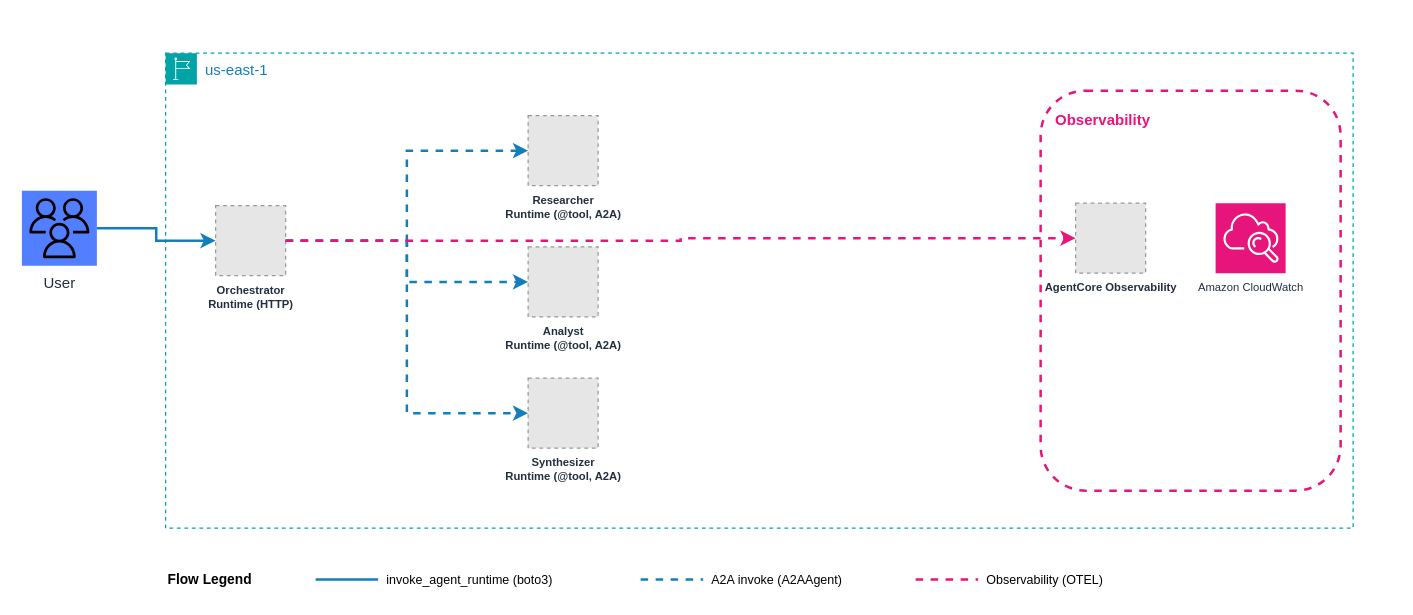
aws-samples/sample-multi-agent-systems-with-strands-workshop keeps this draw.io diagram as samples/07-agent-as-tool/production/architecture.drawio. Above is the earlier version. Source tidied: cells renumbered, new cells numbered last; positions are measured from the earlier drawing's top-left corner, leaving out a move shared by most shapes. Both pictures are drawn from the tidied source at 125%, with x=0, y=0 at pixel (21, 52). Pictures stored in the file or linked from it are replaced by grey dashed boxes.
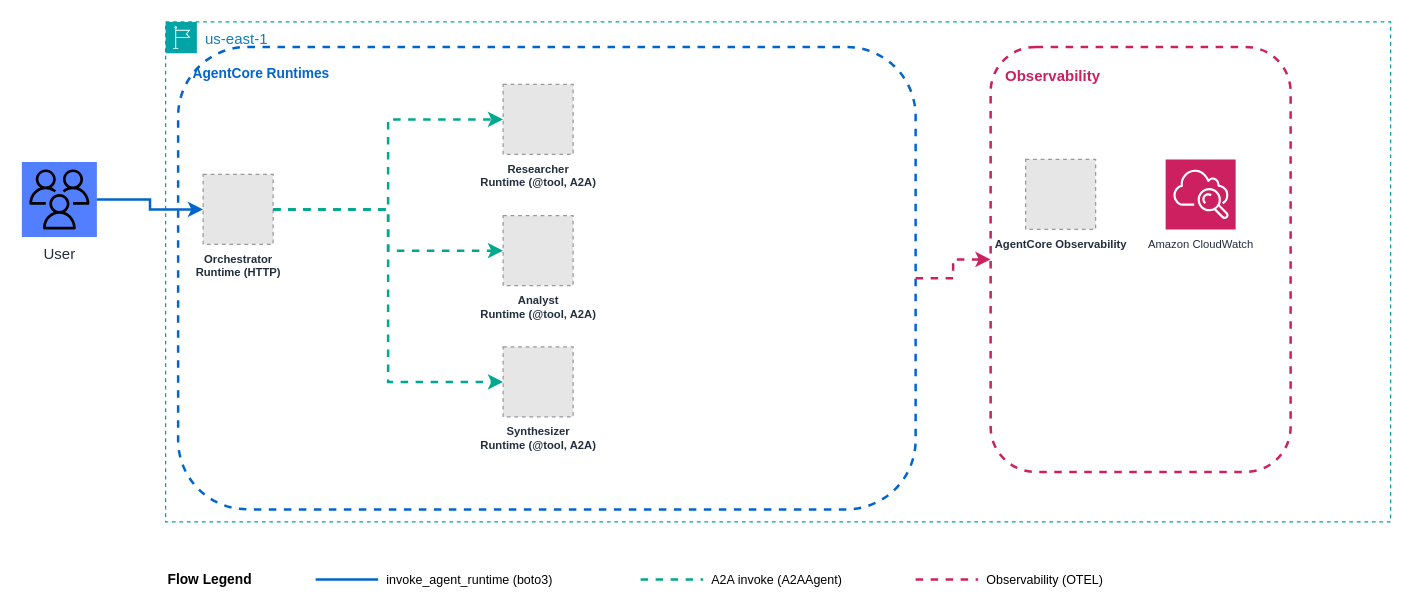
After the change.

Commit message (it also covers changes not shown here):
Update architecture diagrams for modules 06, 07, 08

Diff of the diagram source:
```diff
@@
     <mxCell id="2" value="User" style="sketch=0;outlineConnect=0;fontColor=#232F3E;gradientColor=none;fillColor=#527FFF;strokeColor=none;dashed=0;verticalLabelPosition=bottom;verticalAlign=top;align=center;html=1;fontSize=12;fontStyle=0;shape=mxgraph.aws4.resourceIcon;resIcon=mxgraph.aws4.users;" parent="1" vertex="1">
-      <mxGeometry y="110" width="60" height="60" as="geometry" />
+      <mxGeometry y="87" width="60" height="60" as="geometry" />
     </mxCell>
     <mxCell id="3" value="us-east-1" style="gradientColor=none;html=1;whiteSpace=wrap;fontSize=12;fontStyle=0;shape=mxgraph.aws4.group;grIcon=mxgraph.aws4.group_region;strokeColor=#00A4A6;fillColor=none;verticalAlign=top;align=left;spacingLeft=30;fontColor=#147EBA;dashed=1;" parent="1" vertex="1">
-      <mxGeometry x="115" width="950" height="380" as="geometry" />
+      <mxGeometry x="115" y="-25" width="980" height="400" as="geometry" />
     </mxCell>
+    <mxCell id="23" value="AgentCore Runtimes" style="rounded=1;whiteSpace=wrap;html=1;fillColor=none;strokeColor=#0066CC;strokeWidth=2;dashed=1;fontSize=11;fontStyle=1;fontColor=#0066CC;verticalAlign=top;align=left;spacingLeft=10;spacingTop=8;" parent="3" vertex="1">
+      <mxGeometry x="10" y="20" width="590" height="370" as="geometry" />
+    </mxCell>
     <mxCell id="4" value="Orchestrator&lt;div&gt;Runtime (HTTP)&lt;/div&gt;" style="fillColor=#E6E6E6;strokeColor=#999999;dashed=1;html=1;verticalLabelPosition=bottom;labelBackgroundColor=none;verticalAlign=top;fontSize=9;fontStyle=1;fontColor=#232F3E;" parent="3" vertex="1">
-      <mxGeometry x="40" y="122" width="56" height="56" as="geometry" />
+      <mxGeometry x="30" y="122" width="56" height="56" as="geometry" />
     </mxCell>
     <mxCell id="5" value="Researcher&lt;div&gt;Runtime (@tool, A2A)&lt;/div&gt;" style="fillColor=#E6E6E6;strokeColor=#999999;dashed=1;html=1;verticalLabelPosition=bottom;labelBackgroundColor=none;verticalAlign=top;fontSize=9;fontStyle=1;fontColor=#232F3E;" parent="3" vertex="1">
-      <mxGeometry x="290" y="50" width="56" height="56" as="geometry" />
+      <mxGeometry x="270" y="50" width="56" height="56" as="geometry" />
     </mxCell>
     <mxCell id="6" value="Analyst&lt;div&gt;Runtime (@tool, A2A)&lt;/div&gt;" style="fillColor=#E6E6E6;strokeColor=#999999;dashed=1;html=1;verticalLabelPosition=bottom;labelBackgroundColor=none;verticalAlign=top;fontSize=9;fontStyle=1;fontColor=#232F3E;" parent="3" vertex="1">
-      <mxGeometry x="290" y="155" width="56" height="56" as="geometry" />
+      <mxGeometry x="270" y="155" width="56" height="56" as="geometry" />
     </mxCell>
     <mxCell id="7" value="Synthesizer&lt;div&gt;Runtime (@tool, A2A)&lt;/div&gt;" style="fillColor=#E6E6E6;strokeColor=#999999;dashed=1;html=1;verticalLabelPosition=bottom;labelBackgroundColor=none;verticalAlign=top;fontSize=9;fontStyle=1;fontColor=#232F3E;" parent="3" vertex="1">
-      <mxGeometry x="290" y="260" width="56" height="56" as="geometry" />
+      <mxGeometry x="270" y="260" width="56" height="56" as="geometry" />
     </mxCell>
-    <mxCell id="8" value="Observability" style="rounded=1;whiteSpace=wrap;html=1;fillColor=none;strokeColor=#E7157B;strokeWidth=2;dashed=1;fontSize=12;fontStyle=1;fontColor=#E7157B;verticalAlign=top;align=left;spacingLeft=10;spacingTop=10;" parent="3" vertex="1">
-      <mxGeometry x="700" y="30" width="240" height="320" as="geometry" />
+    <mxCell id="8" value="Observability" style="rounded=1;whiteSpace=wrap;html=1;fillColor=none;strokeColor=#CC2060;strokeWidth=2;dashed=1;fontSize=12;fontStyle=1;fontColor=#CC2060;verticalAlign=top;align=left;spacingLeft=10;spacingTop=10;" parent="3" vertex="1">
+      <mxGeometry x="660" y="20" width="240" height="340" as="geometry" />
     </mxCell>
     <mxCell id="9" value="AgentCore Observability" style="fillColor=#E6E6E6;strokeColor=#999999;dashed=1;html=1;verticalLabelPosition=bottom;labelBackgroundColor=none;verticalAlign=top;fontSize=9;fontStyle=1;fontColor=#232F3E;" parent="3" vertex="1">
-      <mxGeometry x="728" y="120" width="56" height="56" as="geometry" />
+      <mxGeometry x="688" y="110" width="56" height="56" as="geometry" />
     </mxCell>
-    <mxCell id="10" value="Amazon CloudWatch" style="sketch=0;fontColor=#232F3E;fillColor=#E7157B;strokeColor=#ffffff;dashed=0;verticalLabelPosition=bottom;verticalAlign=top;align=center;html=1;fontSize=9;fontStyle=0;shape=mxgraph.aws4.resourceIcon;resIcon=mxgraph.aws4.cloudwatch;" parent="3" vertex="1">
-      <mxGeometry x="840" y="120" width="56" height="56" as="geometry" />
+    <mxCell id="10" value="Amazon CloudWatch" style="sketch=0;fontColor=#232F3E;fillColor=#CC2060;strokeColor=#ffffff;dashed=0;verticalLabelPosition=bottom;verticalAlign=top;align=center;html=1;fontSize=9;fontStyle=0;shape=mxgraph.aws4.resourceIcon;resIcon=mxgraph.aws4.cloudwatch;" parent="3" vertex="1">
+      <mxGeometry x="800" y="110" width="56" height="56" as="geometry" />
     </mxCell>
-    <mxCell id="11" style="edgeStyle=orthogonalEdgeStyle;rounded=0;jettySize=auto;html=1;strokeColor=#147EBA;strokeWidth=2;exitX=1;exitY=0.5;exitDx=0;exitDy=0;entryX=0;entryY=0.5;entryDx=0;entryDy=0;" parent="1" edge="1" source="2" target="4">
+    <mxCell id="11" style="edgeStyle=orthogonalEdgeStyle;rounded=0;jettySize=auto;html=1;strokeColor=#0066CC;strokeWidth=2;flowAnimation=1;exitX=1;exitY=0.5;exitDx=0;exitDy=0;entryX=0;entryY=0.5;entryDx=0;entryDy=0;" parent="1" edge="1" source="2" target="4">
       <mxGeometry relative="1" as="geometry" />
     </mxCell>
-    <mxCell id="12" style="edgeStyle=orthogonalEdgeStyle;rounded=0;jettySize=auto;html=1;strokeColor=#147EBA;strokeWidth=2;dashed=1;exitX=1;exitY=0.5;exitDx=0;exitDy=0;entryX=0;entryY=0.5;entryDx=0;entryDy=0;" parent="3" edge="1" source="4" target="5">
+    <mxCell id="12" style="edgeStyle=orthogonalEdgeStyle;rounded=0;jettySize=auto;html=1;strokeColor=#01A88D;strokeWidth=2;flowAnimation=1;dashed=1;exitX=1;exitY=0.5;exitDx=0;exitDy=0;entryX=0;entryY=0.5;entryDx=0;entryDy=0;" parent="3" edge="1" source="4" target="5">
       <mxGeometry relative="1" as="geometry" />
     </mxCell>
-    <mxCell id="13" style="edgeStyle=orthogonalEdgeStyle;rounded=0;jettySize=auto;html=1;strokeColor=#147EBA;strokeWidth=2;dashed=1;exitX=1;exitY=0.5;exitDx=0;exitDy=0;entryX=0;entryY=0.5;entryDx=0;entryDy=0;" parent="3" edge="1" source="4" target="6">
+    <mxCell id="13" style="edgeStyle=orthogonalEdgeStyle;rounded=0;jettySize=auto;html=1;strokeColor=#01A88D;strokeWidth=2;flowAnimation=1;dashed=1;exitX=1;exitY=0.5;exitDx=0;exitDy=0;entryX=0;entryY=0.5;entryDx=0;entryDy=0;" parent="3" edge="1" source="4" target="6">
       <mxGeometry relative="1" as="geometry" />
     </mxCell>
-    <mxCell id="14" style="edgeStyle=orthogonalEdgeStyle;rounded=0;jettySize=auto;html=1;strokeColor=#147EBA;strokeWidth=2;dashed=1;exitX=1;exitY=0.5;exitDx=0;exitDy=0;entryX=0;entryY=0.5;entryDx=0;entryDy=0;" parent="3" edge="1" source="4" target="7">
+    <mxCell id="14" style="edgeStyle=orthogonalEdgeStyle;rounded=0;jettySize=auto;html=1;strokeColor=#01A88D;strokeWidth=2;flowAnimation=1;dashed=1;exitX=1;exitY=0.5;exitDx=0;exitDy=0;entryX=0;entryY=0.5;entryDx=0;entryDy=0;" parent="3" edge="1" source="4" target="7">
       <mxGeometry relative="1" as="geometry" />
     </mxCell>
-    <mxCell id="15" style="edgeStyle=orthogonalEdgeStyle;rounded=0;jettySize=auto;html=1;strokeColor=#E7157B;strokeWidth=2;dashed=1;exitX=1;exitY=0.5;exitDx=0;exitDy=0;" parent="3" edge="1" source="4" target="9">
+    <mxCell id="15" style="edgeStyle=orthogonalEdgeStyle;rounded=0;jettySize=auto;html=1;strokeColor=#CC2060;strokeWidth=2;flowAnimation=1;dashed=1;" parent="3" edge="1" source="23" target="8">
       <mxGeometry relative="1" as="geometry" />
     </mxCell>
@@
-    <mxCell id="17" style="edgeStyle=orthogonalEdgeStyle;rounded=0;orthogonalLoop=1;jettySize=auto;html=1;strokeColor=#147EBA;strokeWidth=2;endArrow=none;" parent="1" edge="1">
+    <mxCell id="17" style="edgeStyle=orthogonalEdgeStyle;rounded=0;orthogonalLoop=1;jettySize=auto;html=1;strokeColor=#0066CC;strokeWidth=2;endArrow=none;" parent="1" edge="1">
       <mxGeometry relative="1" as="geometry">
         <mxPoint x="235" y="421" as="sourcePoint" />
         <mxPoint x="285" y="421" as="targetPoint" />
       </mxGeometry>
     </mxCell>
@@
-    <mxCell id="19" style="edgeStyle=orthogonalEdgeStyle;rounded=0;orthogonalLoop=1;jettySize=auto;html=1;strokeColor=#147EBA;strokeWidth=2;dashed=1;endArrow=none;" parent="1" edge="1">
+    <mxCell id="19" style="edgeStyle=orthogonalEdgeStyle;rounded=0;orthogonalLoop=1;jettySize=auto;html=1;strokeColor=#01A88D;strokeWidth=2;dashed=1;endArrow=none;" parent="1" edge="1">
       <mxGeometry relative="1" as="geometry">
         <mxPoint x="495" y="421" as="sourcePoint" />
         <mxPoint x="545" y="421" as="targetPoint" />
       </mxGeometry>
     </mxCell>
@@
-    <mxCell id="21" style="edgeStyle=orthogonalEdgeStyle;rounded=0;orthogonalLoop=1;jettySize=auto;html=1;strokeColor=#E7157B;strokeWidth=2;dashed=1;endArrow=none;" parent="1" edge="1">
-      <mxGeometry relative="1" as="geometry">
-        <mxPoint x="715" y="421" as="sourcePoint" />
-        <mxPoint x="765" y="421" as="targetPoint" />
-      </mxGeometry>
-    </mxCell>
+    <mxCell id="24" style="edgeStyle=orthogonalEdgeStyle;rounded=0;orthogonalLoop=1;jettySize=auto;html=1;strokeColor=#CC2060;strokeWidth=2;dashed=1;endArrow=none;" parent="1" edge="1">
+      <mxGeometry relative="1" as="geometry">
+        <mxPoint x="715" y="421" as="sourcePoint" />
+        <mxPoint x="765" y="421" as="targetPoint" />
+      </mxGeometry>
+    </mxCell>
```
